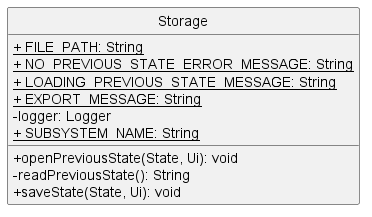
This is docs/images/storageClass.png from nus-cs2113-AY2223S1/tp, a PlantUML export, as it was before one commit.
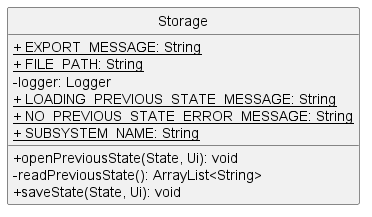
Later version of the same file.

Commit message:
Order class diagram alphabetically

Diff of the diagram source:
```diff
@@ -3,15 +3,15 @@
 skinparam classAttributeIconSize 0
 
 class Storage {
+    <u>+ EXPORT_MESSAGE: String
     <u>+ FILE_PATH: String
+    - logger: Logger
+    <u>+ LOADING_PREVIOUS_STATE_MESSAGE: String
     <u>+ NO_PREVIOUS_STATE_ERROR_MESSAGE: String
-    <u>+ LOADING_PREVIOUS_STATE_MESSAGE: String
-    <u>+ EXPORT_MESSAGE: String
-    - logger: Logger
     <u>+ SUBSYSTEM_NAME: String
 
     + openPreviousState(State, Ui): void
-    - readPreviousState(): String
+    - readPreviousState(): ArrayList<String>
     + saveState(State, Ui): void
 }
 @enduml
```
